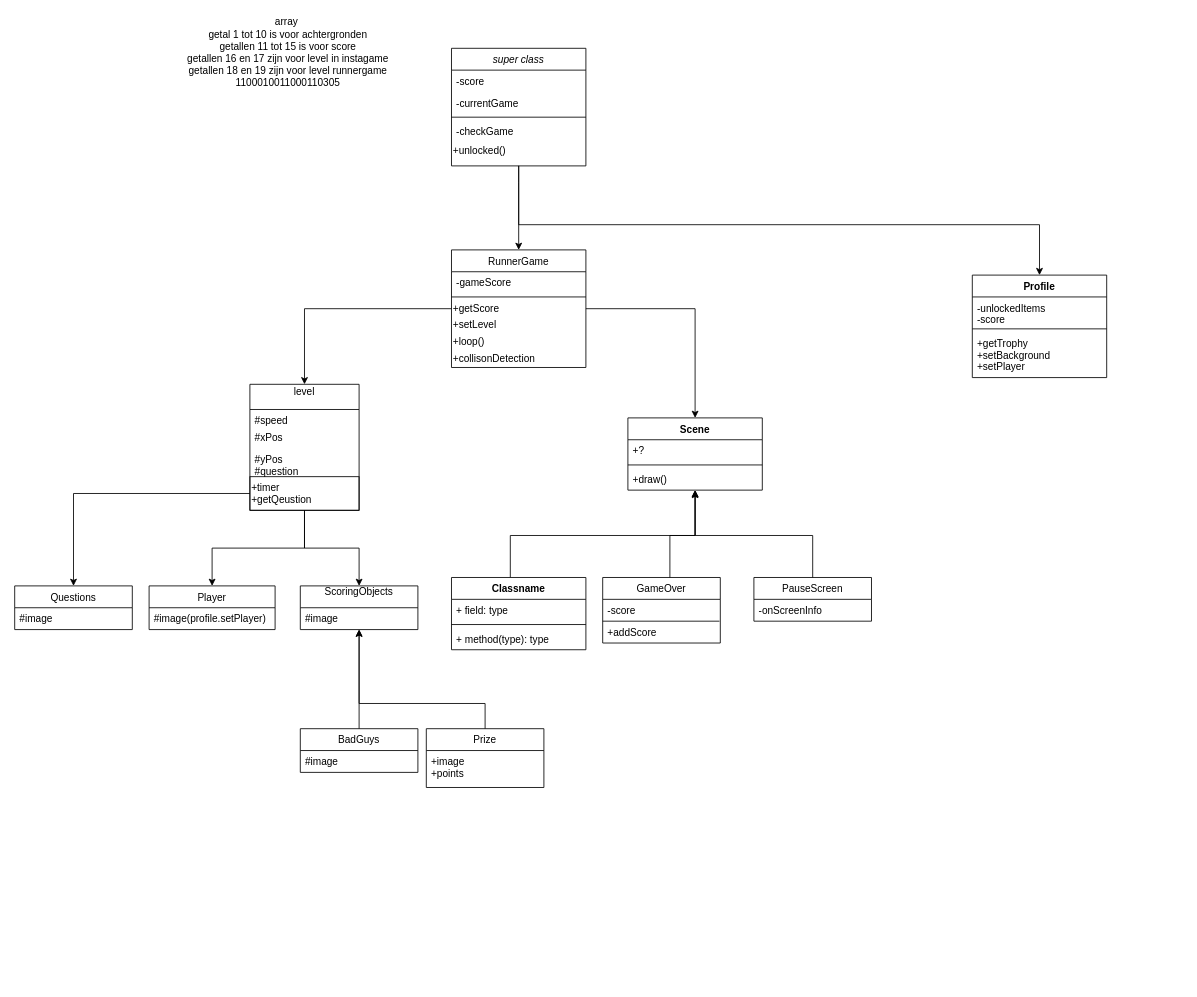
Above: documentation/ProjectConceptNew.drawio in JustDave2002/basisschoolGame (draw.io), before the change. Source tidied: cells renumbered, new cells numbered last; positions are measured from the earlier drawing's top-left corner, leaving out a move shared by most shapes. Both pictures are drawn from the tidied source at 84%, with x=0, y=0 at pixel (14, 14).
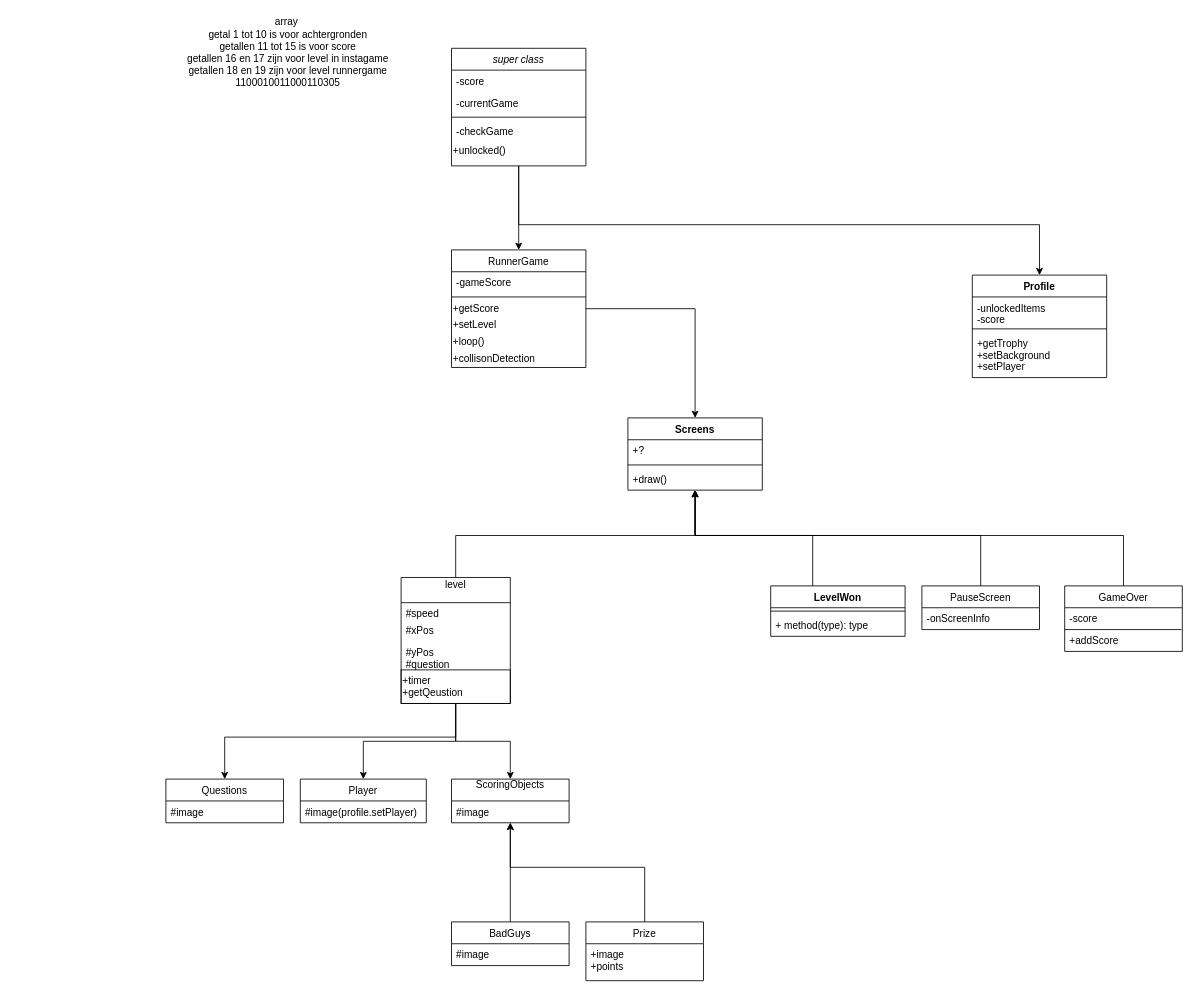
The same diagram, later.

Unchanged cells that the change refers to:
```xml
<mxCell id="12" value="RunnerGame" style="swimlane;fontStyle=0;align=center;verticalAlign=top;horizontal=1;startSize=26;rounded=0;shadow=0;strokeWidth=1;" parent="1" vertex="1">
  <mxGeometry x="520" y="280" width="160" height="140" as="geometry" />
</mxCell>
<mxCell id="22" value="+draw()" style="text;strokeColor=none;fillColor=none;align=left;verticalAlign=top;spacingLeft=4;spacingRight=4;overflow=hidden;points=[[0,0.5],[1,0.5]];portConstraint=eastwest;" parent="19" vertex="1">
  <mxGeometry y="60" width="160" height="26" as="geometry" />
</mxCell>
<mxCell id="45" value="+timer&lt;br&gt;+getQeustion" style="text;html=1;fillColor=none;align=left;verticalAlign=middle;whiteSpace=wrap;rounded=0;strokeColor=#000000;" parent="41" vertex="1">
  <mxGeometry y="110" width="130" height="40" as="geometry" />
</mxCell>
```

The edit, as a diff of the source:
```diff
@@
-    <mxCell id="11" style="edgeStyle=orthogonalEdgeStyle;rounded=0;jettySize=auto;html=1;" parent="1" edge="1" source="12" target="41">
-      <mxGeometry relative="1" as="geometry" />
-    </mxCell>
@@
-    <mxCell id="19" value="Scene" style="swimlane;fontStyle=1;align=center;verticalAlign=top;horizontal=1;startSize=26;" parent="1" vertex="1">
+    <mxCell id="19" value="Screens" style="swimlane;fontStyle=1;align=center;verticalAlign=top;horizontal=1;startSize=26;" parent="1" vertex="1">
       <mxGeometry x="730" y="480" width="160" height="86" as="geometry" />
     </mxCell>
@@
     <mxCell id="27" value="Player" style="swimlane;fontStyle=0;horizontal=1;startSize=26;fillColor=none;" parent="1" vertex="1">
-      <mxGeometry x="160" y="680" width="150" height="52" as="geometry" />
+      <mxGeometry x="340" y="910" width="150" height="52" as="geometry" />
     </mxCell>
@@
     <mxCell id="29" value="ScoringObjects&#10;" style="swimlane;fontStyle=0;horizontal=1;startSize=26;fillColor=none;" parent="1" vertex="1">
-      <mxGeometry x="340" y="680" width="140" height="52" as="geometry" />
+      <mxGeometry x="520" y="910" width="140" height="52" as="geometry" />
     </mxCell>
@@
     <mxCell id="31" value="Questions" style="swimlane;fontStyle=0;horizontal=1;startSize=26;fillColor=none;" parent="1" vertex="1">
-      <mxGeometry y="680" width="140" height="52" as="geometry" />
+      <mxGeometry x="180" y="910" width="140" height="52" as="geometry" />
     </mxCell>
@@
     <mxCell id="34" value="BadGuys" style="swimlane;fontStyle=0;horizontal=1;startSize=26;fillColor=none;" parent="1" vertex="1">
-      <mxGeometry x="340" y="850" width="140" height="52" as="geometry" />
+      <mxGeometry x="520" y="1080" width="140" height="52" as="geometry" />
     </mxCell>
@@
-    <mxCell id="36" style="edgeStyle=orthogonalEdgeStyle;rounded=0;jettySize=auto;html=1;" parent="1" edge="1" target="29">
-      <mxGeometry relative="1" as="geometry">
-        <mxPoint x="560" y="850" as="sourcePoint" />
-        <Array as="points">
-          <mxPoint x="560" y="820" />
-          <mxPoint x="410" y="820" />
-        </Array>
-      </mxGeometry>
-    </mxCell>
+    <mxCell id="61" style="edgeStyle=orthogonalEdgeStyle;rounded=0;jettySize=auto;html=1;" parent="1" edge="1" source="37" target="29">
+      <mxGeometry relative="1" as="geometry">
+        <Array as="points">
+          <mxPoint x="750" y="1015" />
+          <mxPoint x="590" y="1015" />
+        </Array>
+      </mxGeometry>
+    </mxCell>
     <mxCell id="37" value="Prize" style="swimlane;fontStyle=0;horizontal=1;startSize=26;fillColor=none;" parent="1" vertex="1">
-      <mxGeometry x="490" y="850" width="140" height="70" as="geometry" />
+      <mxGeometry x="680" y="1080" width="140" height="70" as="geometry" />
     </mxCell>
@@
+    <mxCell id="62" style="edgeStyle=orthogonalEdgeStyle;rounded=0;jettySize=auto;html=1;" parent="1" edge="1" source="41" target="19">
+      <mxGeometry relative="1" as="geometry">
+        <Array as="points">
+          <mxPoint x="525" y="620" />
+          <mxPoint x="810" y="620" />
+        </Array>
+      </mxGeometry>
+    </mxCell>
+    <mxCell id="63" style="edgeStyle=orthogonalEdgeStyle;rounded=0;jettySize=auto;html=1;entryX=0.5;entryY=0;entryDx=0;entryDy=0;" parent="1" edge="1" source="41" target="31">
+      <mxGeometry relative="1" as="geometry">
+        <Array as="points">
+          <mxPoint x="525" y="860" />
+          <mxPoint x="250" y="860" />
+        </Array>
+      </mxGeometry>
+    </mxCell>
     <mxCell id="41" value="level&#10;" style="swimlane;fontStyle=0;horizontal=1;startSize=30;fillColor=none;" parent="1" vertex="1">
-      <mxGeometry x="280" y="440" width="130" height="150" as="geometry" />
+      <mxGeometry x="460" y="670" width="130" height="150" as="geometry" />
     </mxCell>
@@
-    <mxCell id="46" style="edgeStyle=orthogonalEdgeStyle;rounded=0;jettySize=auto;html=1;entryX=0.5;entryY=1.038;entryDx=0;entryDy=0;entryPerimeter=0;" parent="1" edge="1" source="47" target="22">
-      <mxGeometry relative="1" as="geometry">
-        <Array as="points">
-          <mxPoint x="780" y="620" />
-          <mxPoint x="810" y="620" />
-        </Array>
-      </mxGeometry>
-    </mxCell>
+    <mxCell id="64" style="edgeStyle=orthogonalEdgeStyle;rounded=0;jettySize=auto;html=1;" parent="1" edge="1" source="47" target="19">
+      <mxGeometry relative="1" as="geometry">
+        <Array as="points">
+          <mxPoint x="1320" y="620" />
+          <mxPoint x="810" y="620" />
+        </Array>
+      </mxGeometry>
+    </mxCell>
     <mxCell id="47" value="GameOver" style="swimlane;fontStyle=0;horizontal=1;startSize=26;fillColor=none;" parent="1" vertex="1">
-      <mxGeometry x="700" y="670" width="140" height="78" as="geometry" />
+      <mxGeometry x="1250" y="680" width="140" height="78" as="geometry" />
     </mxCell>
@@
     <mxCell id="51" style="edgeStyle=orthogonalEdgeStyle;rounded=0;jettySize=auto;html=1;" parent="1" edge="1" source="52" target="19">
       <mxGeometry relative="1" as="geometry">
         <Array as="points">
-          <mxPoint x="950" y="620" />
+          <mxPoint x="1150" y="620" />
           <mxPoint x="810" y="620" />
         </Array>
       </mxGeometry>
     </mxCell>
     <mxCell id="52" value="PauseScreen" style="swimlane;fontStyle=0;horizontal=1;startSize=26;fillColor=none;" parent="1" vertex="1">
-      <mxGeometry x="880" y="670" width="140" height="52" as="geometry" />
+      <mxGeometry x="1080" y="680" width="140" height="52" as="geometry" />
     </mxCell>
@@
     <mxCell id="55" style="edgeStyle=orthogonalEdgeStyle;rounded=0;jettySize=auto;html=1;" parent="1" edge="1" source="56" target="19">
       <mxGeometry relative="1" as="geometry">
         <Array as="points">
-          <mxPoint x="590" y="620" />
+          <mxPoint x="950" y="620" />
           <mxPoint x="810" y="620" />
         </Array>
       </mxGeometry>
     </mxCell>
-    <mxCell id="56" value="Classname" style="swimlane;fontStyle=1;align=center;verticalAlign=top;horizontal=1;startSize=26;" parent="1" vertex="1">
-      <mxGeometry x="520" y="670" width="160" height="86" as="geometry" />
+    <mxCell id="56" value="LevelWon" style="swimlane;fontStyle=1;align=center;verticalAlign=top;horizontal=1;startSize=26;" parent="1" vertex="1">
+      <mxGeometry x="900" y="680" width="160" height="60" as="geometry" />
     </mxCell>
-    <mxCell id="57" value="+ field: type" style="text;strokeColor=none;fillColor=none;align=left;verticalAlign=top;spacingLeft=4;spacingRight=4;overflow=hidden;" parent="56" vertex="1">
-      <mxGeometry y="26" width="160" height="26" as="geometry" />
-    </mxCell>
     <mxCell id="58" style="line;strokeWidth=1;fillColor=none;align=left;verticalAlign=middle;spacingTop=-1;spacingLeft=3;spacingRight=3;labelPosition=right;" parent="56" vertex="1">
-      <mxGeometry y="52" width="160" height="8" as="geometry" />
+      <mxGeometry y="26" width="160" height="8" as="geometry" />
     </mxCell>
     <mxCell id="59" value="+ method(type): type" style="text;strokeColor=none;fillColor=none;align=left;verticalAlign=top;spacingLeft=4;spacingRight=4;overflow=hidden;" parent="56" vertex="1">
-      <mxGeometry y="60" width="160" height="26" as="geometry" />
+      <mxGeometry y="34" width="160" height="26" as="geometry" />
     </mxCell>
-    <mxCell id="60" style="edgeStyle=orthogonalEdgeStyle;rounded=0;jettySize=auto;html=1;entryX=0.5;entryY=0;entryDx=0;entryDy=0;" parent="1" edge="1" source="45" target="31">
-      <mxGeometry relative="1" as="geometry" />
-    </mxCell>
```
